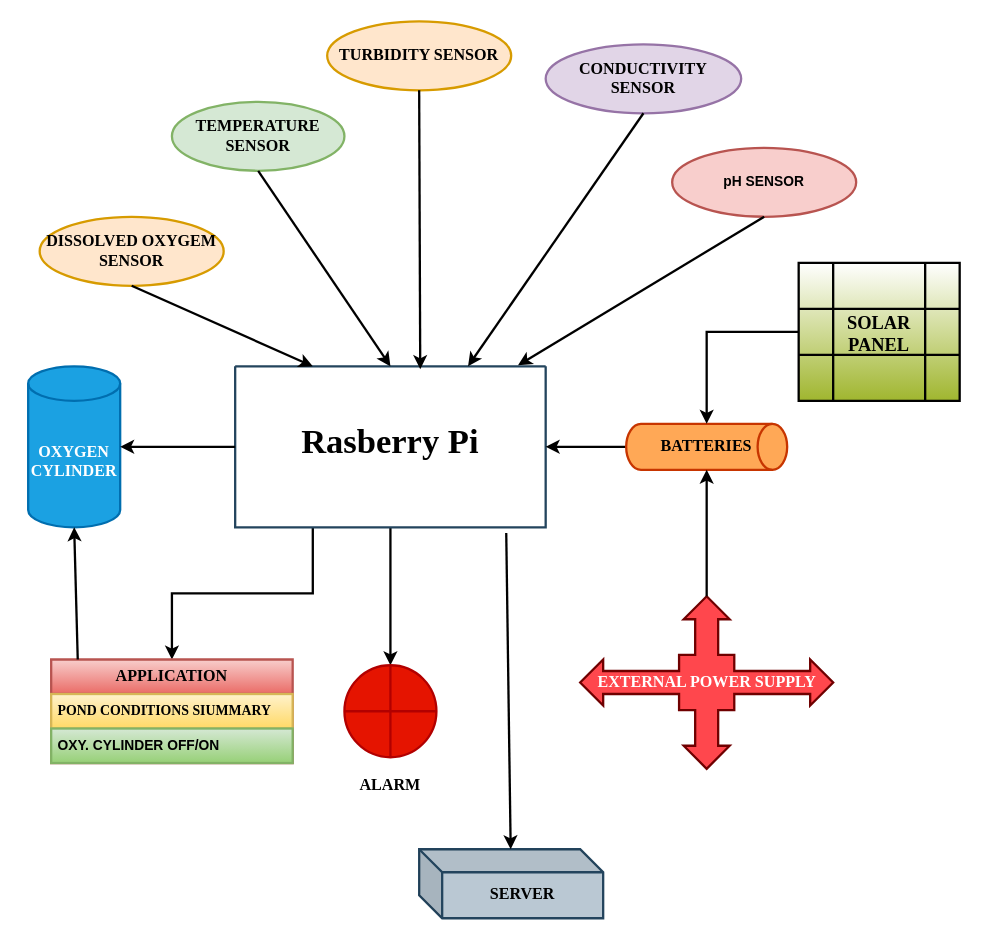
ChanumoluGayathri/System_Design keeps this draw.io diagram as prasad_msme.drawio. Above is the earlier version. Source tidied: cells renumbered, new cells numbered last; positions are measured from the earlier drawing's top-left corner, leaving out a move shared by most shapes. Both pictures are drawn from the tidied source at 115%, with x=0, y=0 at pixel (28, 21).
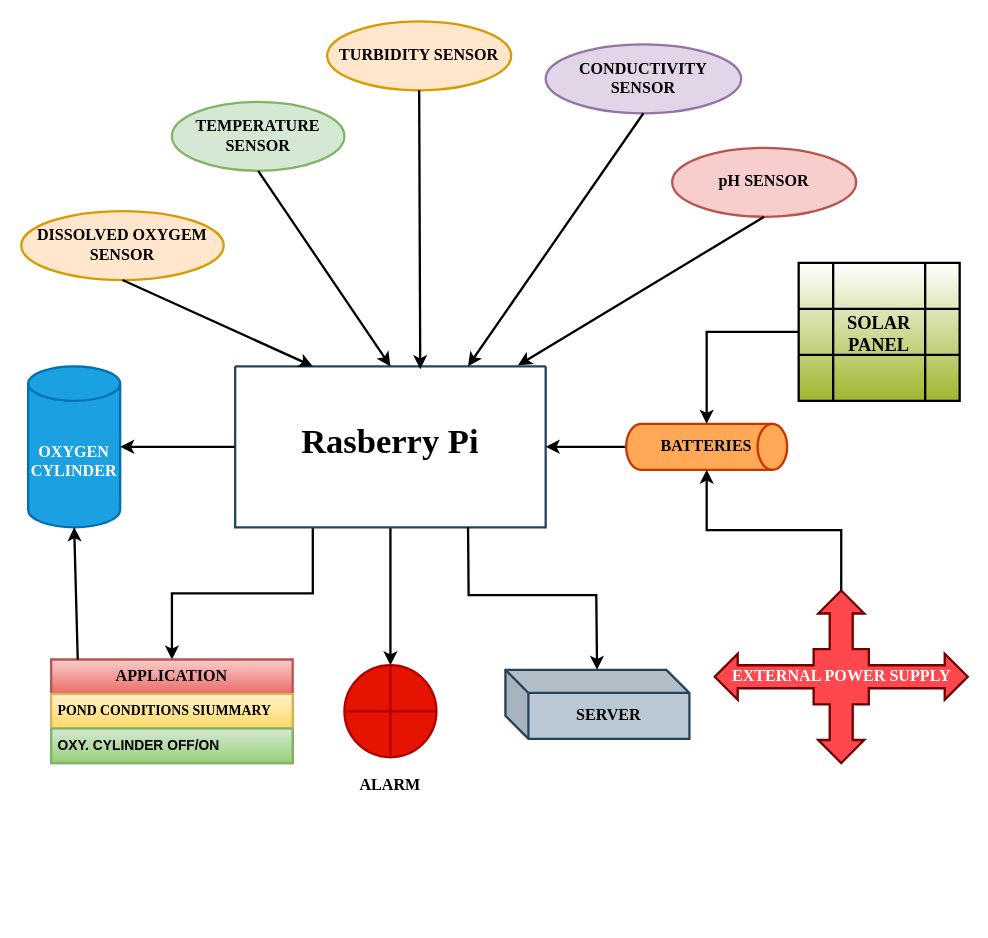
Above is the later version.

Unchanged cells that the change refers to:
```xml
<mxCell id="4" style="swimlane;startSize=0;fillColor=#5599ce;strokeColor=#23445d;strokeWidth=2;" parent="1" vertex="1">
  <mxGeometry x="180" y="300" width="270" height="140" as="geometry" />
</mxCell>
```

Change to the diagram source:
```diff
@@
-    <mxCell id="8" value="&lt;b&gt;pH SENSOR&lt;/b&gt;" style="ellipse;whiteSpace=wrap;html=1;fillColor=#f8cecc;strokeColor=#b85450;strokeWidth=2;" parent="1" vertex="1">
+    <mxCell id="8" value="&lt;b&gt;&lt;font style=&quot;font-size: 14px;&quot; face=&quot;Times New Roman&quot;&gt;pH SENSOR&lt;/font&gt;&lt;/b&gt;" style="ellipse;whiteSpace=wrap;html=1;fillColor=#f8cecc;strokeColor=#b85450;strokeWidth=2;" parent="1" vertex="1">
       <mxGeometry x="560" y="110" width="160" height="60" as="geometry" />
     </mxCell>
@@
     <mxCell id="12" value="&lt;b&gt;&lt;font face=&quot;Times New Roman&quot; style=&quot;font-size: 14px;&quot;&gt;SERVER&lt;/font&gt;&lt;/b&gt;" style="shape=cube;whiteSpace=wrap;html=1;boundedLbl=1;backgroundOutline=1;darkOpacity=0.05;darkOpacity2=0.1;fillColor=#bac8d3;strokeColor=#23445d;strokeWidth=2;" parent="1" vertex="1">
-      <mxGeometry x="340" y="720" width="160" height="60" as="geometry" />
+      <mxGeometry x="415" y="564" width="160" height="60" as="geometry" />
     </mxCell>
@@
     <mxCell id="34" value="&lt;b&gt;&lt;font style=&quot;font-size: 14px;&quot; face=&quot;Times New Roman&quot;&gt;EXTERNAL POWER SUPPLY&lt;/font&gt;&lt;/b&gt;" style="html=1;shadow=0;dashed=0;align=center;verticalAlign=middle;shape=mxgraph.arrows2.calloutQuadArrow;dy=10;dx=20;notch=24;arrowHead=10;fillColor=#FF474D;fontColor=#ffffff;strokeColor=#6F0000;strokeWidth=2;" parent="1" vertex="1">
-      <mxGeometry x="480" y="500" width="220" height="150" as="geometry" />
+      <mxGeometry x="597" y="495" width="220" height="150" as="geometry" />
     </mxCell>
@@
     <mxCell id="36" value="&lt;b&gt;&lt;font style=&quot;font-size: 14px;&quot; face=&quot;Times New Roman&quot;&gt;DISSOLVED OXYGEM SENSOR&lt;/font&gt;&lt;/b&gt;" style="ellipse;whiteSpace=wrap;html=1;fillColor=#ffe6cc;strokeColor=#d79b00;strokeWidth=2;" parent="1" vertex="1">
-      <mxGeometry x="10" y="170" width="160" height="60" as="geometry" />
+      <mxGeometry x="-6" y="165" width="176" height="60" as="geometry" />
     </mxCell>
@@
-    <mxCell id="43" style="endArrow=classic;html=1;rounded=0;hachureGap=4;fontFamily=Architects Daughter;exitX=0.873;exitY=1.036;exitDx=0;exitDy=0;exitPerimeter=0;strokeWidth=2;" parent="1" edge="1" source="4" target="12">
-      <mxGeometry relative="1" as="geometry" />
+    <mxCell id="43" style="endArrow=classic;html=1;rounded=0;hachureGap=4;fontFamily=Architects Daughter;exitX=0.75;exitY=1;exitDx=0;exitDy=0;strokeWidth=2;" parent="1" edge="1" source="4" target="12">
+      <mxGeometry relative="1" as="geometry">
+        <Array as="points">
+          <mxPoint x="383" y="499" />
+          <mxPoint x="494" y="499" />
+        </Array>
+      </mxGeometry>
     </mxCell>
```
